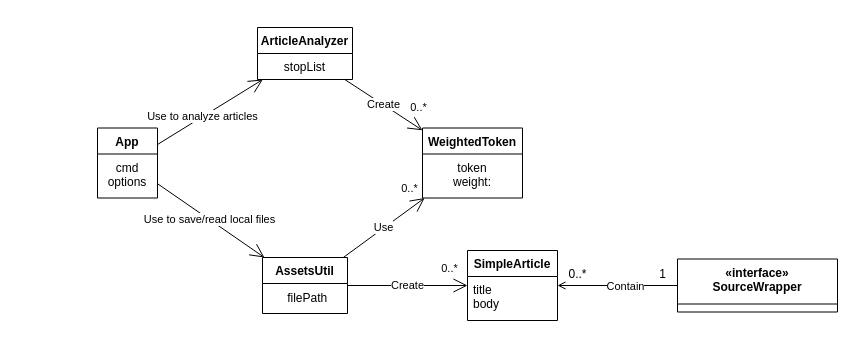
Earlier version of the draw.io diagram documentation/domain_model.drawio (GustavoFrittole/EisProject). Source tidied: cells renumbered, new cells numbered last; positions are measured from the earlier drawing's top-left corner, leaving out a move shared by most shapes. Both pictures are drawn from the tidied source at 100%, with x=0, y=0 at pixel (97, 27).
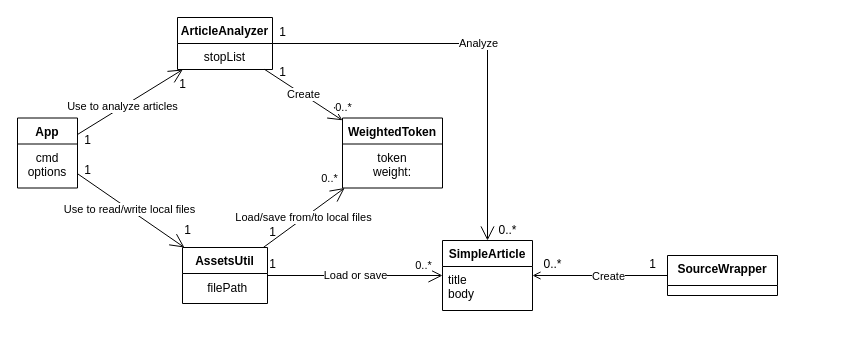
After the change.

The change refers to these unchanged cells:
```xml
<mxCell id="5" style="endArrow=open;endFill=0;html=1;rounded=0;" parent="1" edge="1" source="2" target="3">
  <mxGeometry relative="1" as="geometry" />
</mxCell>
<mxCell id="15" value="Create" style="endArrow=open;endSize=12;html=1;rounded=0;endFill=0;" parent="1" edge="1" source="9" target="11">
  <mxGeometry relative="1" as="geometry" />
</mxCell>
<mxCell id="17" style="endArrow=open;endFill=1;endSize=12;html=1;rounded=0;" parent="1" edge="1" source="23" target="7">
  <mxGeometry relative="1" as="geometry" />
</mxCell>
```

The edit, as a diff of the source:
```diff
@@
-    <mxCell id="2" value="«interface»&lt;br&gt;SourceWrapper" style="swimlane;fontStyle=1;align=center;verticalAlign=top;horizontal=1;startSize=45;whiteSpace=wrap;html=1;" parent="1" vertex="1">
-      <mxGeometry x="580" y="231.5" width="160" height="53" as="geometry" />
+    <mxCell id="2" value="SourceWrapper" style="swimlane;fontStyle=1;align=center;verticalAlign=top;horizontal=1;startSize=30;whiteSpace=wrap;html=1;" parent="1" vertex="1">
+      <mxGeometry x="570" y="228" width="110" height="40" as="geometry" />
     </mxCell>
     <mxCell id="3" value="SimpleArticle" style="swimlane;fontStyle=1;align=center;verticalAlign=top;horizontal=1;startSize=26;whiteSpace=wrap;html=1;" parent="1" vertex="1">
-      <mxGeometry x="370" y="223" width="90" height="70" as="geometry" />
+      <mxGeometry x="345" y="213" width="90" height="70" as="geometry" />
     </mxCell>
@@
-    <mxCell id="6" value="Contain" style="edgeLabel;html=1;align=center;verticalAlign=middle;" parent="5" vertex="1">
+    <mxCell id="6" value="Create" style="edgeLabel;html=1;align=center;verticalAlign=middle;" parent="5" vertex="1">
       <mxGeometry x="-0.11" relative="1" as="geometry" />
     </mxCell>
     <mxCell id="7" value="AssetsUtil" style="swimlane;fontStyle=1;align=center;verticalAlign=top;horizontal=1;startSize=26;whiteSpace=wrap;html=1;" parent="1" vertex="1">
-      <mxGeometry x="165" y="230" width="85" height="56" as="geometry" />
+      <mxGeometry x="85" y="220" width="85" height="56" as="geometry" />
     </mxCell>
@@
     <mxCell id="9" value="ArticleAnalyzer" style="swimlane;fontStyle=1;align=center;verticalAlign=top;horizontal=1;startSize=26;whiteSpace=wrap;html=1;" parent="1" vertex="1">
-      <mxGeometry x="160" width="95" height="52" as="geometry" />
+      <mxGeometry x="80" y="-10" width="95" height="52" as="geometry" />
     </mxCell>
@@
     <mxCell id="11" value="WeightedToken" style="swimlane;fontStyle=1;align=center;verticalAlign=top;horizontal=1;startSize=26;whiteSpace=wrap;html=1;" parent="1" vertex="1">
-      <mxGeometry x="325" y="100.5" width="100" height="70" as="geometry" />
+      <mxGeometry x="245" y="90.5" width="100" height="70" as="geometry" />
     </mxCell>
@@
-    <mxCell id="13" value="Use" style="endArrow=open;endSize=12;html=1;rounded=0;endFill=0;" parent="1" edge="1" source="7" target="11">
+    <mxCell id="13" value="Load/save from/to local files" style="endArrow=open;endSize=12;html=1;rounded=0;endFill=0;" parent="1" edge="1" source="7" target="11">
       <mxGeometry relative="1" as="geometry" />
     </mxCell>
@@
     <mxCell id="16" value="0..*" style="edgeLabel;html=1;align=center;verticalAlign=middle;" parent="15" vertex="1">
       <mxGeometry x="0.54" y="3" relative="1" as="geometry">
-        <mxPoint x="11" y="-9" as="offset" />
+        <mxPoint x="16" y="1" as="offset" />
       </mxGeometry>
     </mxCell>
@@
-    <mxCell id="18" value="Use to save/read local files" style="edgeLabel;html=1;align=center;verticalAlign=middle;" parent="17" vertex="1">
+    <mxCell id="18" value="Use to read/write local files" style="edgeLabel;html=1;align=center;verticalAlign=middle;" parent="17" vertex="1">
       <mxGeometry x="-0.05" relative="1" as="geometry" />
     </mxCell>
@@
-    <mxCell id="21" value="Create" style="endArrow=open;endSize=12;html=1;rounded=0;endFill=0;" parent="1" edge="1" source="7" target="3">
+    <mxCell id="21" value="Load or save" style="endArrow=open;endSize=12;html=1;rounded=0;endFill=0;" parent="1" edge="1" source="7" target="3">
       <mxGeometry relative="1" as="geometry" />
     </mxCell>
     <mxCell id="22" value="0..*" style="edgeLabel;html=1;align=center;verticalAlign=middle;" parent="21" vertex="1">
       <mxGeometry x="0.69" relative="1" as="geometry">
-        <mxPoint y="-18" as="offset" />
+        <mxPoint x="7" y="-11" as="offset" />
       </mxGeometry>
     </mxCell>
     <mxCell id="23" value="App" style="swimlane;fontStyle=1;align=center;verticalAlign=top;horizontal=1;startSize=26;whiteSpace=wrap;html=1;" parent="1" vertex="1">
-      <mxGeometry y="100.5" width="60" height="70" as="geometry" />
+      <mxGeometry x="-80" y="90.5" width="60" height="70" as="geometry" />
     </mxCell>
@@
+    <mxCell id="26" value="1" style="text;html=1;align=center;verticalAlign=middle;strokeColor=none;fillColor=none;" parent="1" vertex="1">
+      <mxGeometry x="540" y="221.5" width="30" height="30" as="geometry" />
+    </mxCell>
+    <mxCell id="27" value="1" style="text;html=1;align=center;verticalAlign=middle;strokeColor=none;fillColor=none;" parent="1" vertex="1">
+      <mxGeometry x="-25" y="128" width="30" height="30" as="geometry" />
+    </mxCell>
+    <mxCell id="28" value="1" style="text;html=1;align=center;verticalAlign=middle;strokeColor=none;fillColor=none;" parent="1" vertex="1">
+      <mxGeometry x="-25" y="98" width="30" height="30" as="geometry" />
+    </mxCell>
+    <mxCell id="29" value="1" style="text;html=1;align=center;verticalAlign=middle;strokeColor=none;fillColor=none;" parent="1" vertex="1">
+      <mxGeometry x="70" y="42" width="30" height="30" as="geometry" />
+    </mxCell>
+    <mxCell id="30" value="1" style="text;html=1;align=center;verticalAlign=middle;strokeColor=none;fillColor=none;" parent="1" vertex="1">
+      <mxGeometry x="170" y="30" width="30" height="30" as="geometry" />
+    </mxCell>
+    <mxCell id="31" value="1" style="text;html=1;align=center;verticalAlign=middle;strokeColor=none;fillColor=none;" parent="1" vertex="1">
+      <mxGeometry x="75" y="188" width="30" height="30" as="geometry" />
+    </mxCell>
+    <mxCell id="32" value="1" style="text;html=1;align=center;verticalAlign=middle;strokeColor=none;fillColor=none;" parent="1" vertex="1">
+      <mxGeometry x="160" y="190" width="30" height="30" as="geometry" />
+    </mxCell>
+    <mxCell id="33" value="1" style="text;html=1;align=center;verticalAlign=middle;strokeColor=none;fillColor=none;" parent="1" vertex="1">
+      <mxGeometry x="160" y="221.5" width="30" height="30" as="geometry" />
+    </mxCell>
     <mxCell id="25" value="0..*" style="text;html=1;align=center;verticalAlign=middle;strokeColor=none;fillColor=none;" parent="1" vertex="1">
-      <mxGeometry x="460" y="231.5" width="40" height="30" as="geometry" />
+      <mxGeometry x="410" y="221.5" width="90" height="30" as="geometry" />
     </mxCell>
-    <mxCell id="26" value="1" style="text;html=1;align=center;verticalAlign=middle;strokeColor=none;fillColor=none;" parent="1" vertex="1">
-      <mxGeometry x="550" y="231.5" width="30" height="30" as="geometry" />
-    </mxCell>
+    <mxCell id="34" value="1" style="text;html=1;align=center;verticalAlign=middle;strokeColor=none;fillColor=none;" parent="1" vertex="1">
+      <mxGeometry x="170" y="-10" width="30" height="30" as="geometry" />
+    </mxCell>
+    <mxCell id="35" value="0..*" style="text;html=1;align=center;verticalAlign=middle;strokeColor=none;fillColor=none;" parent="1" vertex="1">
+      <mxGeometry x="390" y="188" width="40" height="30" as="geometry" />
+    </mxCell>
+    <mxCell id="36" value="Analyze" style="endArrow=open;endSize=12;html=1;rounded=0;" parent="1" edge="1" source="9" target="3">
+      <mxGeometry relative="1" as="geometry">
+        <Array as="points">
+          <mxPoint x="390" y="16" />
+        </Array>
+      </mxGeometry>
+    </mxCell>
```
